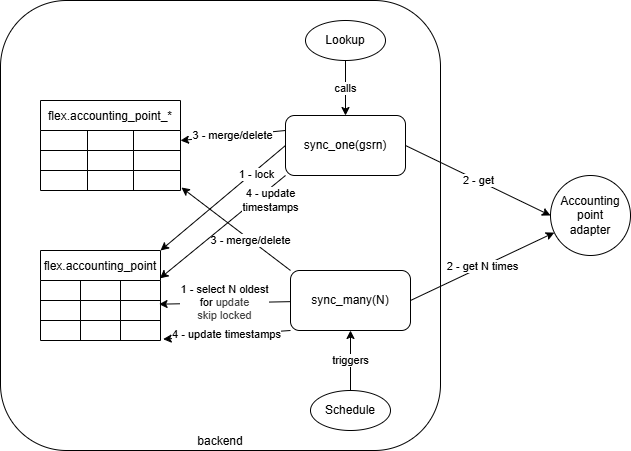
elhub/flex-information-system keeps this draw.io diagram as docs/diagrams/accounting-point-sync.drawio.png. Above is the earlier version. Source tidied: cells renumbered, new cells last; positions are measured from the earlier drawing's top-left corner, leaving out a move shared by most shapes. The source it was exported from:
```xml
<mxGraphModel>
  <root>
    <mxCell id="0" />
    <mxCell id="1" parent="0" />
    <mxCell id="2" value="Accounting&lt;div&gt;point&lt;/div&gt;&lt;div&gt;adapter&lt;/div&gt;" style="ellipse;whiteSpace=wrap;html=1;" parent="1" vertex="1">
      <mxGeometry x="550" y="175" width="80" height="80" as="geometry" />
    </mxCell>
    <mxCell id="3" value="backend" style="rounded=1;whiteSpace=wrap;html=1;verticalAlign=bottom;" parent="1" vertex="1">
      <mxGeometry width="440" height="450" as="geometry" />
    </mxCell>
    <mxCell id="4" value="flex.accounting_point" style="shape=table;startSize=30;strokeColor=default;fontSize=12;" parent="1" vertex="1">
      <mxGeometry x="40" y="250" width="120" height="90" as="geometry" />
    </mxCell>
    <mxCell id="5" style="shape=tableRow;horizontal=0;startSize=0;swimlaneHead=0;swimlaneBody=0;strokeColor=inherit;top=0;left=0;bottom=0;right=0;fillColor=none;points=[[0,0.5],[1,0.5]];portConstraint=eastwest;fontSize=16;" parent="4" vertex="1">
      <mxGeometry y="30" width="120" height="20" as="geometry" />
    </mxCell>
    <mxCell id="6" style="shape=partialRectangle;html=1;whiteSpace=wrap;strokeColor=inherit;overflow=hidden;fillColor=none;top=0;left=0;bottom=0;right=0;fontSize=16;" parent="5" vertex="1">
      <mxGeometry width="40" height="20" as="geometry" />
    </mxCell>
    <mxCell id="7" style="shape=partialRectangle;html=1;whiteSpace=wrap;strokeColor=inherit;overflow=hidden;fillColor=none;top=0;left=0;bottom=0;right=0;fontSize=16;" parent="5" vertex="1">
      <mxGeometry x="40" width="40" height="20" as="geometry" />
    </mxCell>
    <mxCell id="8" style="shape=partialRectangle;html=1;whiteSpace=wrap;strokeColor=inherit;overflow=hidden;fillColor=none;top=0;left=0;bottom=0;right=0;fontSize=16;" parent="5" vertex="1">
      <mxGeometry x="80" width="40" height="20" as="geometry" />
    </mxCell>
    <mxCell id="9" style="shape=tableRow;horizontal=0;startSize=0;swimlaneHead=0;swimlaneBody=0;strokeColor=inherit;top=0;left=0;bottom=0;right=0;fillColor=none;points=[[0,0.5],[1,0.5]];portConstraint=eastwest;fontSize=16;" parent="4" vertex="1">
      <mxGeometry y="50" width="120" height="20" as="geometry" />
    </mxCell>
    <mxCell id="10" style="shape=partialRectangle;html=1;whiteSpace=wrap;strokeColor=inherit;overflow=hidden;fillColor=none;top=0;left=0;bottom=0;right=0;fontSize=16;" parent="9" vertex="1">
      <mxGeometry width="40" height="20" as="geometry" />
    </mxCell>
    <mxCell id="11" style="shape=partialRectangle;html=1;whiteSpace=wrap;strokeColor=inherit;overflow=hidden;fillColor=none;top=0;left=0;bottom=0;right=0;fontSize=16;" parent="9" vertex="1">
      <mxGeometry x="40" width="40" height="20" as="geometry" />
    </mxCell>
    <mxCell id="12" style="shape=partialRectangle;html=1;whiteSpace=wrap;strokeColor=inherit;overflow=hidden;fillColor=none;top=0;left=0;bottom=0;right=0;fontSize=16;" parent="9" vertex="1">
      <mxGeometry x="80" width="40" height="20" as="geometry" />
    </mxCell>
    <mxCell id="13" style="shape=tableRow;horizontal=0;startSize=0;swimlaneHead=0;swimlaneBody=0;strokeColor=inherit;top=0;left=0;bottom=0;right=0;fillColor=none;points=[[0,0.5],[1,0.5]];portConstraint=eastwest;fontSize=16;" parent="4" vertex="1">
      <mxGeometry y="70" width="120" height="20" as="geometry" />
    </mxCell>
    <mxCell id="14" style="shape=partialRectangle;html=1;whiteSpace=wrap;strokeColor=inherit;overflow=hidden;fillColor=none;top=0;left=0;bottom=0;right=0;fontSize=16;" parent="13" vertex="1">
      <mxGeometry width="40" height="20" as="geometry" />
    </mxCell>
    <mxCell id="15" style="shape=partialRectangle;html=1;whiteSpace=wrap;strokeColor=inherit;overflow=hidden;fillColor=none;top=0;left=0;bottom=0;right=0;fontSize=16;" parent="13" vertex="1">
      <mxGeometry x="40" width="40" height="20" as="geometry" />
    </mxCell>
    <mxCell id="16" style="shape=partialRectangle;html=1;whiteSpace=wrap;strokeColor=inherit;overflow=hidden;fillColor=none;top=0;left=0;bottom=0;right=0;fontSize=16;" parent="13" vertex="1">
      <mxGeometry x="80" width="40" height="20" as="geometry" />
    </mxCell>
    <mxCell id="17" value="1 - lock" style="edgeStyle=none;html=1;entryX=1;entryY=0;entryDx=0;entryDy=0;exitX=0;exitY=0.5;exitDx=0;exitDy=0;" parent="1" edge="1" source="20" target="4">
      <mxGeometry x="-0.5" y="4" relative="1" as="geometry" />
    </mxCell>
    <mxCell id="18" value="3 - merge/delete" style="edgeStyle=none;html=1;exitX=0;exitY=0.25;exitDx=0;exitDy=0;entryX=1;entryY=0.5;entryDx=0;entryDy=0;" parent="1" edge="1" source="20" target="22">
      <mxGeometry relative="1" as="geometry" />
    </mxCell>
    <mxCell id="19" value="2 - get" style="edgeStyle=none;html=1;exitX=1;exitY=0.5;exitDx=0;exitDy=0;entryX=0;entryY=0.5;entryDx=0;entryDy=0;" parent="1" edge="1" source="20" target="2">
      <mxGeometry relative="1" as="geometry" />
    </mxCell>
    <mxCell id="20" value="sync_one(gsrn)" style="rounded=1;whiteSpace=wrap;html=1;" parent="1" vertex="1">
      <mxGeometry x="285" y="115" width="120" height="60" as="geometry" />
    </mxCell>
    <mxCell id="21" value="flex.accounting_point_*" style="shape=table;startSize=30;strokeColor=default;fontSize=12;labelBackgroundColor=default;" parent="1" vertex="1">
      <mxGeometry x="40" y="100" width="140" height="90" as="geometry" />
    </mxCell>
    <mxCell id="22" style="shape=tableRow;horizontal=0;startSize=0;swimlaneHead=0;swimlaneBody=0;strokeColor=inherit;top=0;left=0;bottom=0;right=0;fillColor=none;points=[[0,0.5],[1,0.5]];portConstraint=eastwest;fontSize=16;labelBackgroundColor=default;" parent="21" vertex="1">
      <mxGeometry y="30" width="140" height="20" as="geometry" />
    </mxCell>
    <mxCell id="23" style="shape=partialRectangle;html=1;whiteSpace=wrap;strokeColor=inherit;overflow=hidden;fillColor=none;top=0;left=0;bottom=0;right=0;fontSize=16;labelBackgroundColor=default;" parent="22" vertex="1">
      <mxGeometry width="47" height="20" as="geometry" />
    </mxCell>
    <mxCell id="24" style="shape=partialRectangle;html=1;whiteSpace=wrap;strokeColor=inherit;overflow=hidden;fillColor=none;top=0;left=0;bottom=0;right=0;fontSize=16;labelBackgroundColor=default;" parent="22" vertex="1">
      <mxGeometry x="47" width="46" height="20" as="geometry" />
    </mxCell>
    <mxCell id="25" style="shape=partialRectangle;html=1;whiteSpace=wrap;strokeColor=inherit;overflow=hidden;fillColor=none;top=0;left=0;bottom=0;right=0;fontSize=16;labelBackgroundColor=default;" parent="22" vertex="1">
      <mxGeometry x="93" width="47" height="20" as="geometry" />
    </mxCell>
    <mxCell id="26" style="shape=tableRow;horizontal=0;startSize=0;swimlaneHead=0;swimlaneBody=0;strokeColor=inherit;top=0;left=0;bottom=0;right=0;fillColor=none;fontSize=16;labelBackgroundColor=default;" parent="21" vertex="1">
      <mxGeometry y="50" width="140" height="20" as="geometry" />
    </mxCell>
    <mxCell id="27" style="shape=partialRectangle;html=1;whiteSpace=wrap;strokeColor=inherit;overflow=hidden;fillColor=none;top=0;left=0;bottom=0;right=0;fontSize=16;labelBackgroundColor=default;" parent="26" vertex="1">
      <mxGeometry width="47" height="20" as="geometry" />
    </mxCell>
    <mxCell id="28" style="shape=partialRectangle;html=1;whiteSpace=wrap;strokeColor=inherit;overflow=hidden;fillColor=none;top=0;left=0;bottom=0;right=0;fontSize=16;labelBackgroundColor=default;" parent="26" vertex="1">
      <mxGeometry x="47" width="46" height="20" as="geometry" />
    </mxCell>
    <mxCell id="29" style="shape=partialRectangle;html=1;whiteSpace=wrap;strokeColor=inherit;overflow=hidden;fillColor=none;top=0;left=0;bottom=0;right=0;fontSize=16;labelBackgroundColor=default;" parent="26" vertex="1">
      <mxGeometry x="93" width="47" height="20" as="geometry" />
    </mxCell>
    <mxCell id="30" style="shape=tableRow;horizontal=0;startSize=0;swimlaneHead=0;swimlaneBody=0;strokeColor=inherit;top=0;left=0;bottom=0;right=0;fillColor=none;points=[[0,0.5],[1,0.5]];portConstraint=eastwest;fontSize=16;labelBackgroundColor=default;" parent="21" vertex="1">
      <mxGeometry y="70" width="140" height="20" as="geometry" />
    </mxCell>
    <mxCell id="31" style="shape=partialRectangle;html=1;whiteSpace=wrap;strokeColor=inherit;overflow=hidden;fillColor=none;top=0;left=0;bottom=0;right=0;fontSize=16;labelBackgroundColor=default;" parent="30" vertex="1">
      <mxGeometry width="47" height="20" as="geometry" />
    </mxCell>
    <mxCell id="32" style="shape=partialRectangle;html=1;whiteSpace=wrap;strokeColor=inherit;overflow=hidden;fillColor=none;top=0;left=0;bottom=0;right=0;fontSize=16;labelBackgroundColor=default;" parent="30" vertex="1">
      <mxGeometry x="47" width="46" height="20" as="geometry" />
    </mxCell>
    <mxCell id="33" style="shape=partialRectangle;html=1;whiteSpace=wrap;strokeColor=inherit;overflow=hidden;fillColor=none;top=0;left=0;bottom=0;right=0;fontSize=16;labelBackgroundColor=default;" parent="30" vertex="1">
      <mxGeometry x="93" width="47" height="20" as="geometry" />
    </mxCell>
    <mxCell id="34" value="2 - get N times" style="edgeStyle=none;html=1;exitX=1;exitY=0.5;exitDx=0;exitDy=0;" parent="1" edge="1" source="35" target="2">
      <mxGeometry relative="1" as="geometry" />
    </mxCell>
    <mxCell id="35" value="sync_many(N)" style="rounded=1;whiteSpace=wrap;html=1;" parent="1" vertex="1">
      <mxGeometry x="290" y="270" width="120" height="60" as="geometry" />
    </mxCell>
    <mxCell id="36" value="1 - select N oldest&lt;div&gt;for&amp;nbsp;&lt;span style=&quot;color: rgb(63, 63, 63); background-color: light-dark(#ffffff, var(--ge-dark-color, #121212));&quot;&gt;update&lt;/span&gt;&lt;/div&gt;&lt;div&gt;&lt;span style=&quot;color: rgb(63, 63, 63); background-color: light-dark(#ffffff, var(--ge-dark-color, #121212));&quot;&gt;skip locked&lt;/span&gt;&lt;/div&gt;" style="edgeStyle=none;html=1;entryX=0.988;entryY=0.184;entryDx=0;entryDy=0;entryPerimeter=0;" parent="1" edge="1" source="35" target="9">
      <mxGeometry relative="1" as="geometry" />
    </mxCell>
    <mxCell id="37" value="3 - merge/delete" style="edgeStyle=none;html=1;exitX=0;exitY=0;exitDx=0;exitDy=0;entryX=1.007;entryY=0.851;entryDx=0;entryDy=0;entryPerimeter=0;" parent="1" edge="1" source="35" target="30">
      <mxGeometry x="-0.27" relative="1" as="geometry" />
    </mxCell>
    <mxCell id="38" value="calls" style="edgeStyle=none;html=1;entryX=0.5;entryY=0;entryDx=0;entryDy=0;" parent="1" edge="1" source="39" target="20">
      <mxGeometry relative="1" as="geometry" />
    </mxCell>
    <mxCell id="39" value="Lookup" style="ellipse;whiteSpace=wrap;html=1;" parent="1" vertex="1">
      <mxGeometry x="305" y="20" width="80" height="40" as="geometry" />
    </mxCell>
    <mxCell id="40" value="triggers" style="edgeStyle=none;html=1;exitX=0.5;exitY=0;exitDx=0;exitDy=0;entryX=0.5;entryY=1;entryDx=0;entryDy=0;" parent="1" edge="1" source="41" target="35">
      <mxGeometry relative="1" as="geometry" />
    </mxCell>
    <mxCell id="41" value="Schedule" style="ellipse;whiteSpace=wrap;html=1;" parent="1" vertex="1">
      <mxGeometry x="310" y="390" width="80" height="40" as="geometry" />
    </mxCell>
    <mxCell id="42" value="4 - update&lt;div&gt;timestamps&lt;/div&gt;" style="edgeStyle=none;html=1;exitX=0;exitY=1;exitDx=0;exitDy=0;entryX=0.995;entryY=-0.108;entryDx=0;entryDy=0;entryPerimeter=0;" parent="1" edge="1" source="20" target="5">
      <mxGeometry x="-0.66" y="10" relative="1" as="geometry" />
    </mxCell>
    <mxCell id="43" value="4 - update timestamps" style="edgeStyle=none;html=1;exitX=0;exitY=1;exitDx=0;exitDy=0;entryX=1.022;entryY=0.934;entryDx=0;entryDy=0;entryPerimeter=0;" parent="1" edge="1" source="35" target="13">
      <mxGeometry relative="1" as="geometry" />
    </mxCell>
  </root>
</mxGraphModel>
```
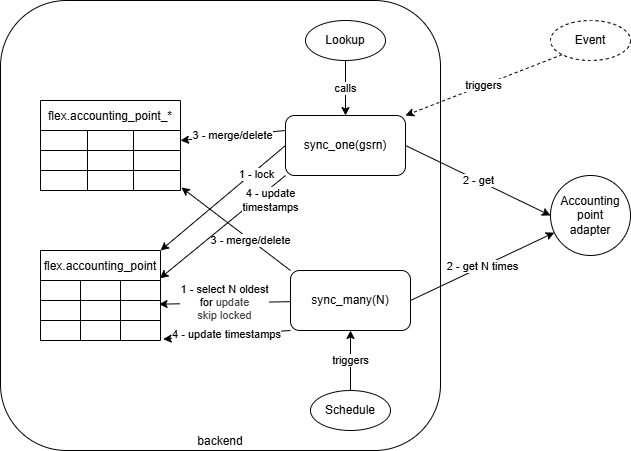
After the commit.

Commit message:
docs: event based provisioning for accounting points (FLEX-474)

Diff of the diagram source:
```diff
@@ -128,5 +128,11 @@
     <mxCell id="43" value="4 - update timestamps" style="edgeStyle=none;html=1;exitX=0;exitY=1;exitDx=0;exitDy=0;entryX=1.022;entryY=0.934;entryDx=0;entryDy=0;entryPerimeter=0;" parent="1" edge="1" source="35" target="13">
       <mxGeometry relative="1" as="geometry" />
     </mxCell>
+    <mxCell id="44" value="triggers" style="edgeStyle=none;html=1;exitX=0;exitY=1;exitDx=0;exitDy=0;entryX=1;entryY=0;entryDx=0;entryDy=0;dashed=1;" parent="1" edge="1" source="45" target="20">
+      <mxGeometry relative="1" as="geometry" />
+    </mxCell>
+    <mxCell id="45" value="&lt;div&gt;Event&lt;/div&gt;" style="ellipse;whiteSpace=wrap;html=1;dashed=1;" parent="1" vertex="1">
+      <mxGeometry x="550" y="20" width="80" height="40" as="geometry" />
+    </mxCell>
   </root>
 </mxGraphModel>
```
